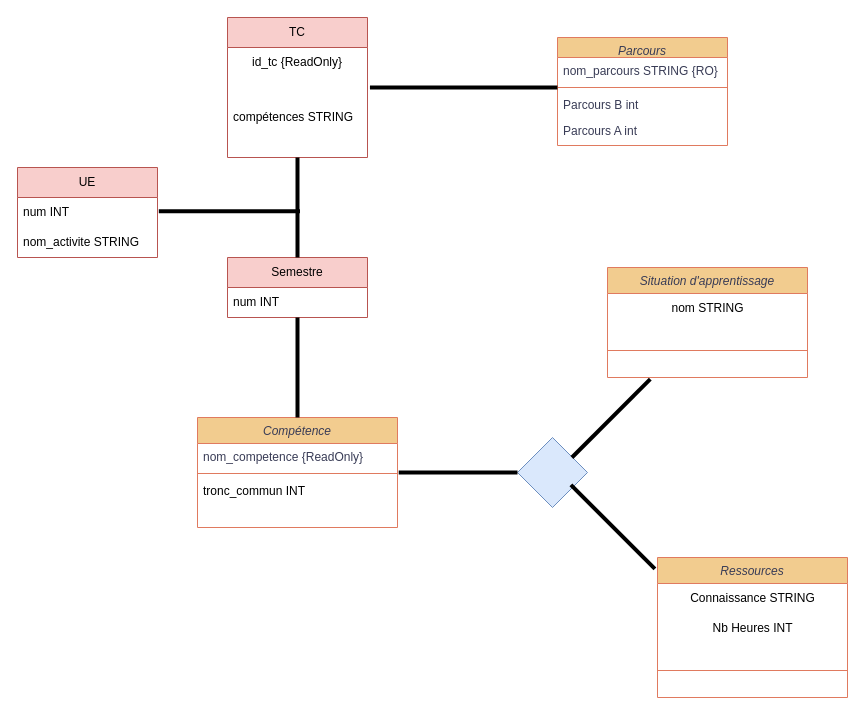
This is Untitled Diagram.drawio from LucasOtw/SAE-1.04-BDD, a draw.io file, before an edit. Source tidied: cells renumbered, new cells numbered last; positions are measured from the earlier drawing's top-left corner, leaving out a move shared by most shapes. Both pictures are drawn from the tidied source at 100%, with x=0, y=0 at pixel (17, -7).
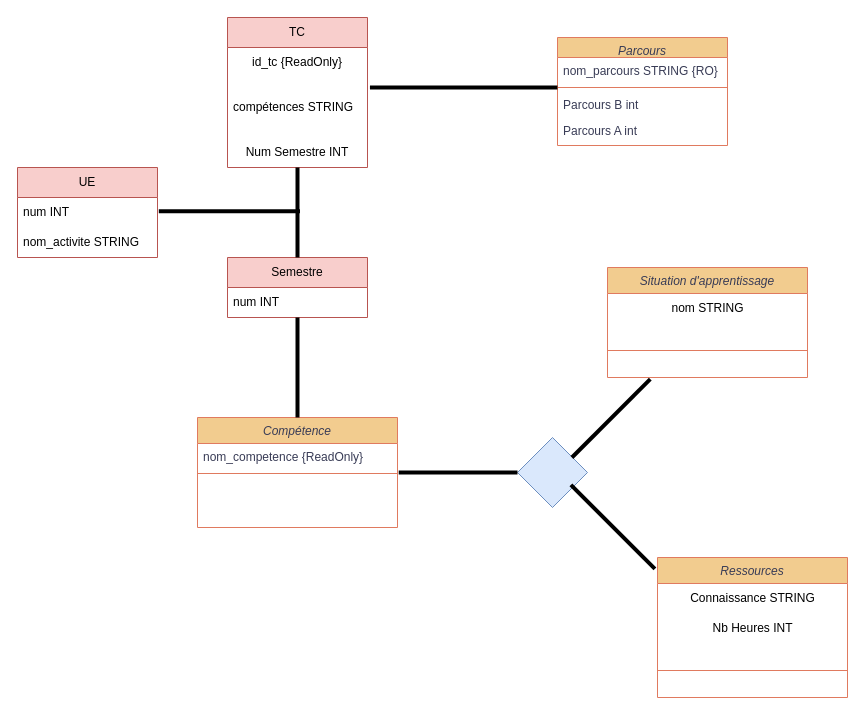
The same diagram, later.

The change refers to these unchanged cells:
```xml
<mxCell id="7" value="Compétence" style="swimlane;fontStyle=2;align=center;verticalAlign=top;horizontal=1;startSize=26;rounded=0;shadow=0;strokeWidth=1;labelBackgroundColor=none;fillColor=#F2CC8F;strokeColor=#E07A5F;fontColor=#393C56;" parent="1" vertex="1">
  <mxGeometry x="180" y="424" width="200" height="110" as="geometry" />
</mxCell>
```

The edit, as a diff of the source:
```diff
@@
-    <mxCell id="10" value="tronc_commun INT" style="text;strokeColor=none;fillColor=none;align=left;verticalAlign=top;spacingLeft=4;spacingRight=4;overflow=hidden;whiteSpace=wrap;html=1;" parent="7" vertex="1">
-      <mxGeometry y="60" width="200" height="50" as="geometry" />
-    </mxCell>
@@
     <mxCell id="14" value="TC" style="swimlane;fontStyle=0;horizontal=1;startSize=30;whiteSpace=wrap;html=1;fillColor=#f8cecc;strokeColor=#b85450;" parent="1" vertex="1">
-      <mxGeometry x="210" y="24" width="140" height="140" as="geometry" />
+      <mxGeometry x="210" y="24" width="140" height="150" as="geometry" />
     </mxCell>
@@
     <mxCell id="16" value="compétences STRING" style="text;strokeColor=none;fillColor=none;align=left;verticalAlign=middle;spacingLeft=4;spacingRight=4;overflow=hidden;whiteSpace=wrap;html=1;" parent="14" vertex="1">
-      <mxGeometry y="60" width="140" height="80" as="geometry" />
+      <mxGeometry y="60" width="140" height="60" as="geometry" />
     </mxCell>
+    <mxCell id="34" value="Num Semestre INT" style="text;html=1;strokeColor=none;fillColor=none;align=center;verticalAlign=middle;whiteSpace=wrap;rounded=0;" parent="14" vertex="1">
+      <mxGeometry y="120" width="140" height="30" as="geometry" />
+    </mxCell>
@@
     <mxCell id="20" style="line;strokeWidth=4;direction=south;html=1;perimeter=backbonePerimeter;" parent="1" vertex="1">
-      <mxGeometry x="275" y="164" width="10" height="100" as="geometry" />
+      <mxGeometry x="275" y="174" width="10" height="90" as="geometry" />
     </mxCell>
```
